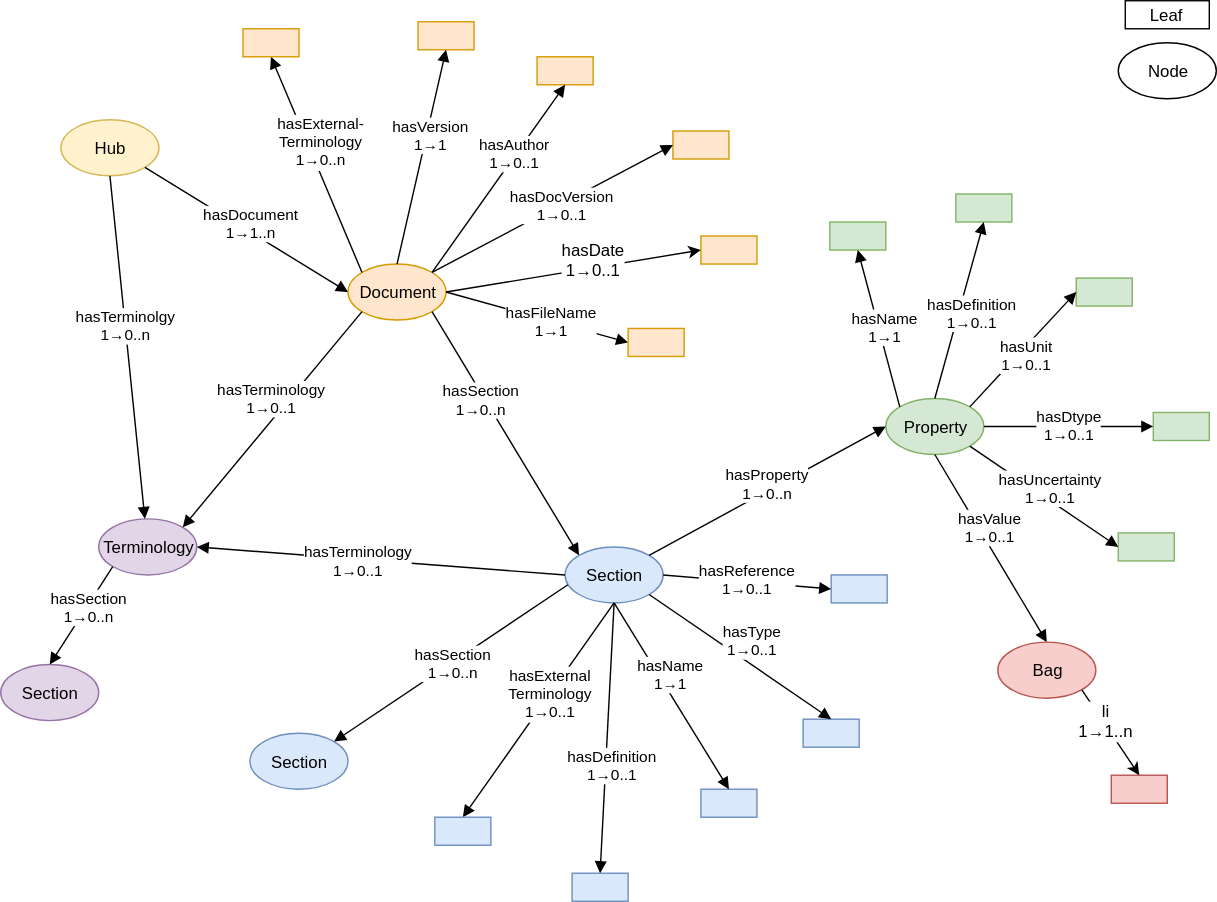
The draw.io diagram odML/flowcharts/odml_RDF_graph.svg in mpsonntag/prodoc, before a commit. Source tidied: cells renumbered, new cells last; positions are measured from the earlier drawing's top-left corner, leaving out a move shared by most shapes.
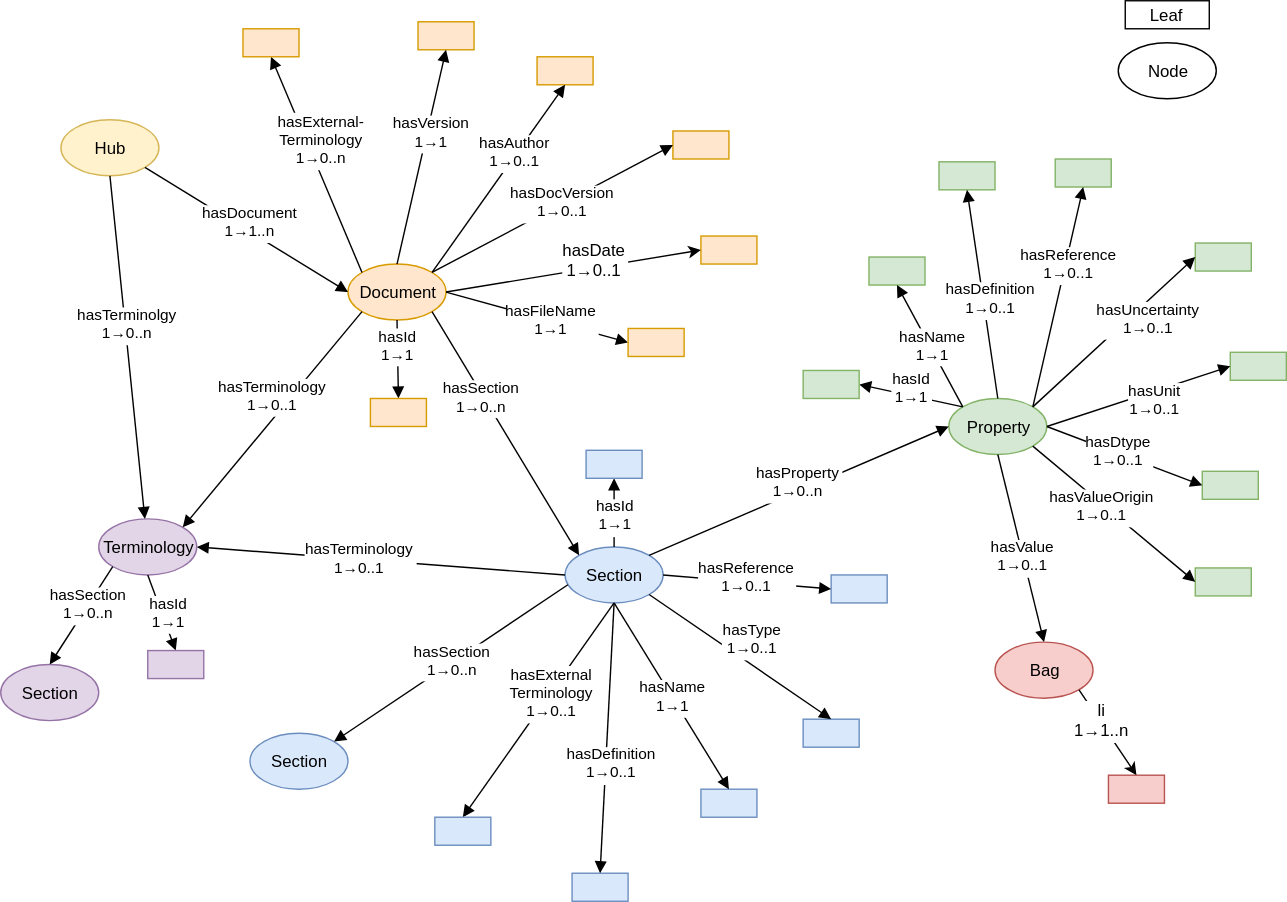
Above is the later version.

Commit message:
[odml:2rdf] update schema

Change to the diagram source:
```diff
@@ -18,16 +18,16 @@
       <mxGeometry x="178" y="523" width="70" height="40" as="geometry" />
     </mxCell>
     <mxCell id="7" value="Property" style="ellipse;whiteSpace=wrap;html=1;fillColor=#d5e8d4;strokeColor=#82b366;" parent="1" vertex="1">
-      <mxGeometry x="632" y="284" width="70" height="40" as="geometry" />
+      <mxGeometry x="677" y="284" width="70" height="40" as="geometry" />
     </mxCell>
     <mxCell id="8" style="html=1;fillColor=#d5e8d4;strokeColor=#82b366;" parent="1" vertex="1">
-      <mxGeometry x="768" y="198" width="40" height="20" as="geometry" />
+      <mxGeometry x="878" y="251" width="40" height="20" as="geometry" />
     </mxCell>
     <mxCell id="9" style="html=1;fillColor=#d5e8d4;strokeColor=#82b366;" parent="1" vertex="1">
-      <mxGeometry x="798" y="380" width="40" height="20" as="geometry" />
+      <mxGeometry x="853" y="173" width="40" height="20" as="geometry" />
     </mxCell>
     <mxCell id="10" style="html=1;fillColor=#d5e8d4;strokeColor=#82b366;" parent="1" vertex="1">
-      <mxGeometry x="823" y="294" width="40" height="20" as="geometry" />
+      <mxGeometry x="858" y="336" width="40" height="20" as="geometry" />
     </mxCell>
     <mxCell id="11" style="html=1;fillColor=#dae8fc;strokeColor=#6c8ebf;" parent="1" vertex="1">
       <mxGeometry x="573" y="513" width="40" height="20" as="geometry" />
@@ -48,16 +48,16 @@
       <mxGeometry x="408" y="623" width="40" height="20" as="geometry" />
     </mxCell>
     <mxCell id="17" style="html=1;fillColor=#d5e8d4;strokeColor=#82b366;" parent="1" vertex="1">
-      <mxGeometry x="592" y="158" width="40" height="20" as="geometry" />
+      <mxGeometry x="620" y="183" width="40" height="20" as="geometry" />
     </mxCell>
     <mxCell id="18" style="html=1;fillColor=#d5e8d4;strokeColor=#82b366;" parent="1" vertex="1">
-      <mxGeometry x="682" y="138" width="40" height="20" as="geometry" />
+      <mxGeometry x="670" y="115" width="40" height="20" as="geometry" />
     </mxCell>
-    <mxCell id="19" value="hasDefinition&lt;br&gt;1→0..1" style="html=1;verticalAlign=bottom;endArrow=block;entryX=0.5;entryY=1;exitX=0.5;exitY=0;" parent="1" edge="1" source="7" target="18">
-      <mxGeometry x="-0.22" y="-13" relative="1" as="geometry" />
+    <mxCell id="19" value="hasDefinition&#10;1→0..1" style="verticalAlign=bottom;endArrow=block;entryX=0.5;entryY=1;exitX=0.5;exitY=0;" parent="1" edge="1" source="7" target="18">
+      <mxGeometry x="-0.27" y="-3" relative="1" as="geometry" />
     </mxCell>
-    <mxCell id="20" value="hasName&lt;br&gt;1→1" style="html=1;verticalAlign=bottom;endArrow=block;entryX=0.5;entryY=1;exitX=0;exitY=0;" parent="1" edge="1" source="7" target="17">
-      <mxGeometry x="-0.26" y="-1" relative="1" as="geometry" />
+    <mxCell id="20" value="hasName&#10;1→1" style="verticalAlign=bottom;endArrow=block;entryX=0.5;entryY=1;exitX=0;exitY=0;" parent="1" edge="1" source="7" target="17">
+      <mxGeometry x="-0.3" y="6" relative="1" as="geometry" />
     </mxCell>
     <mxCell id="21" value="Leaf" style="html=1;" parent="1" vertex="1">
       <mxGeometry x="803" width="60" height="20" as="geometry" />
@@ -65,57 +65,57 @@
     <mxCell id="22" value="Node" style="ellipse;whiteSpace=wrap;html=1;" parent="1" vertex="1">
       <mxGeometry x="798" y="30" width="70" height="40" as="geometry" />
     </mxCell>
-    <mxCell id="23" value="hasValue&lt;br&gt;1→0..1" style="html=1;verticalAlign=bottom;endArrow=block;entryX=0.5;entryY=0;exitX=0.5;exitY=1;" parent="1" edge="1" source="7" target="43">
-      <mxGeometry relative="1" as="geometry" />
+    <mxCell id="23" value="hasValue&#10;1→0..1" style="verticalAlign=bottom;endArrow=block;entryX=0.5;entryY=0;exitX=0.5;exitY=1;" parent="1" edge="1" source="7" target="43">
+      <mxGeometry x="0.31" y="-4" relative="1" as="geometry" />
     </mxCell>
-    <mxCell id="24" value="hasUnit&lt;br&gt;1→0..1" style="html=1;verticalAlign=bottom;endArrow=block;entryX=0;entryY=0.5;exitX=1;exitY=0;" parent="1" edge="1" source="7" target="8">
-      <mxGeometry x="-0.21" y="-15" relative="1" as="geometry" />
+    <mxCell id="24" value="hasUnit&#10;1→0..1" style="verticalAlign=bottom;endArrow=block;entryX=0;entryY=0.5;exitX=1;exitY=0.5;" parent="1" edge="1" source="7" target="8">
+      <mxGeometry x="0.08" y="-22" relative="1" as="geometry" />
     </mxCell>
-    <mxCell id="25" value="hasUncertainty&lt;br&gt;1→0..1" style="html=1;verticalAlign=bottom;endArrow=block;exitX=1;exitY=1;entryX=0;entryY=0.5;fillColor=#ffffff;strokeColor=#000000;" parent="1" edge="1" source="7" target="9">
-      <mxGeometry x="0.14" y="-5" relative="1" as="geometry" />
+    <mxCell id="25" value="hasUncertainty&#10;1→0..1" style="verticalAlign=bottom;endArrow=block;exitX=1;exitY=0;entryX=0;entryY=0.5;fillColor=#ffffff;strokeColor=#000000;" parent="1" edge="1" source="7" target="9">
+      <mxGeometry x="0.16" y="-22" relative="1" as="geometry" />
     </mxCell>
-    <mxCell id="26" value="hasDtype&lt;br&gt;1→0..1" style="html=1;verticalAlign=bottom;endArrow=block;exitX=1;exitY=0.5;entryX=0;entryY=0.5;" parent="1" edge="1" source="7" target="10">
+    <mxCell id="26" value="hasDtype&#10;1→0..1" style="verticalAlign=bottom;endArrow=block;exitX=1;exitY=0.5;entryX=0;entryY=0.5;" parent="1" edge="1" source="7" target="10">
       <mxGeometry x="0.01" y="-14" relative="1" as="geometry" />
     </mxCell>
-    <mxCell id="27" value="hasProperty&lt;br&gt;1→0..n" style="html=1;verticalAlign=bottom;endArrow=block;exitX=1;exitY=0;entryX=0;entryY=0.5;" parent="1" edge="1" source="4" target="7">
+    <mxCell id="27" value="hasProperty&#10;1→0..n" style="verticalAlign=bottom;endArrow=block;exitX=1;exitY=0;entryX=0;entryY=0.5;" parent="1" edge="1" source="4" target="7">
       <mxGeometry x="-0.04" y="-9" relative="1" as="geometry" />
     </mxCell>
-    <mxCell id="28" value="hasSection&lt;br&gt;1→0..n" style="html=1;verticalAlign=bottom;endArrow=block;exitX=0.029;exitY=0.675;entryX=1;entryY=0;exitPerimeter=0;" parent="1" edge="1" source="4" target="6">
+    <mxCell id="28" value="hasSection&#10;1→0..n" style="verticalAlign=bottom;endArrow=block;exitX=0.029;exitY=0.675;entryX=1;entryY=0;exitPerimeter=0;" parent="1" edge="1" source="4" target="6">
       <mxGeometry x="0.07" y="13" relative="1" as="geometry" />
     </mxCell>
-    <mxCell id="29" value="hasSection&lt;br&gt;1→0..n" style="html=1;verticalAlign=bottom;endArrow=block;exitX=1;exitY=1;entryX=0;entryY=0;" parent="1" edge="1" source="3" target="4">
+    <mxCell id="29" value="hasSection&#10;1→0..n" style="verticalAlign=bottom;endArrow=block;exitX=1;exitY=1;entryX=0;entryY=0;" parent="1" edge="1" source="3" target="4">
       <mxGeometry x="-0.17" y="-10" relative="1" as="geometry" />
     </mxCell>
-    <mxCell id="30" value="hasDocument&lt;br&gt;1→1..n" style="html=1;verticalAlign=bottom;endArrow=block;exitX=1;exitY=1;entryX=0;entryY=0.5;" parent="1" edge="1" source="2" target="3">
+    <mxCell id="30" value="hasDocument&#10;1→1..n" style="verticalAlign=bottom;endArrow=block;exitX=1;exitY=1;entryX=0;entryY=0.5;" parent="1" edge="1" source="2" target="3">
       <mxGeometry x="0.09" y="-8" relative="1" as="geometry" />
     </mxCell>
-    <mxCell id="31" value="hasTerminolgy&lt;br&gt;1→0..n" style="html=1;verticalAlign=bottom;endArrow=block;exitX=0.5;exitY=1;" parent="1" edge="1" source="2" target="5">
+    <mxCell id="31" value="hasTerminolgy&#10;1→0..n" style="verticalAlign=bottom;endArrow=block;exitX=0.5;exitY=1;" parent="1" edge="1" source="2" target="5">
       <mxGeometry relative="1" as="geometry" />
     </mxCell>
-    <mxCell id="32" value="hasVersion&lt;br&gt;1→1" style="html=1;verticalAlign=bottom;endArrow=block;entryX=0.5;entryY=1;exitX=0.5;exitY=0;" parent="1" edge="1" source="3" target="12">
+    <mxCell id="32" value="hasVersion&#10;1→1" style="verticalAlign=bottom;endArrow=block;entryX=0.5;entryY=1;exitX=0.5;exitY=0;" parent="1" edge="1" source="3" target="12">
       <mxGeometry x="0.02" y="-7" relative="1" as="geometry">
         <mxPoint y="-1" as="offset" />
       </mxGeometry>
     </mxCell>
-    <mxCell id="33" value="hasAuthor&lt;br&gt;1→0..1" style="html=1;verticalAlign=bottom;endArrow=block;entryX=0.5;entryY=1;exitX=1;exitY=0;" parent="1" edge="1" source="3" target="15">
+    <mxCell id="33" value="hasAuthor&#10;1→0..1" style="verticalAlign=bottom;endArrow=block;entryX=0.5;entryY=1;exitX=1;exitY=0;" parent="1" edge="1" source="3" target="15">
       <mxGeometry x="0.11" y="-8" relative="1" as="geometry" />
     </mxCell>
-    <mxCell id="34" value="hasDocVersion&lt;br&gt;1→0..1" style="html=1;verticalAlign=bottom;endArrow=block;entryX=0;entryY=0.5;exitX=1;exitY=0;" parent="1" edge="1" source="3" target="14">
+    <mxCell id="34" value="hasDocVersion&#10;1→0..1" style="verticalAlign=bottom;endArrow=block;entryX=0;entryY=0.5;exitX=1;exitY=0;" parent="1" edge="1" source="3" target="14">
       <mxGeometry x="0.01" y="-14" relative="1" as="geometry" />
     </mxCell>
-    <mxCell id="35" value="hasTerminology&lt;br&gt;1→0..1" style="html=1;verticalAlign=bottom;endArrow=block;entryX=1;entryY=0;exitX=0;exitY=1;" parent="1" edge="1" source="3" target="5">
+    <mxCell id="35" value="hasTerminology&#10;1→0..1" style="verticalAlign=bottom;endArrow=block;entryX=1;entryY=0;exitX=0;exitY=1;" parent="1" edge="1" source="3" target="5">
       <mxGeometry relative="1" as="geometry" />
     </mxCell>
-    <mxCell id="36" value="hasDefinition&lt;br&gt;1→0..1" style="html=1;verticalAlign=bottom;endArrow=block;entryX=0.5;entryY=0;exitX=0.5;exitY=1;" parent="1" edge="1" source="4" target="16">
+    <mxCell id="36" value="hasDefinition&#10;1→0..1" style="verticalAlign=bottom;endArrow=block;entryX=0.5;entryY=0;exitX=0.5;exitY=1;" parent="1" edge="1" source="4" target="16">
       <mxGeometry x="0.36" y="5" relative="1" as="geometry" />
     </mxCell>
-    <mxCell id="37" value="hasType&lt;br&gt;1→0..1" style="html=1;verticalAlign=bottom;endArrow=block;exitX=1;exitY=1;entryX=0.5;entryY=0;" parent="1" edge="1" source="4" target="11">
+    <mxCell id="37" value="hasType&#10;1→0..1" style="verticalAlign=bottom;endArrow=block;exitX=1;exitY=1;entryX=0.5;entryY=0;" parent="1" edge="1" source="4" target="11">
       <mxGeometry x="0.12" y="2" relative="1" as="geometry" />
     </mxCell>
-    <mxCell id="38" value="hasReference&lt;br&gt;1→0..1" style="html=1;verticalAlign=bottom;endArrow=block;exitX=1;exitY=0.5;entryX=0;entryY=0.5;" parent="1" edge="1" source="4" target="13">
+    <mxCell id="38" value="hasReference&#10;1→0..1" style="verticalAlign=bottom;endArrow=block;exitX=1;exitY=0.5;entryX=0;entryY=0.5;" parent="1" edge="1" source="4" target="13">
       <mxGeometry x="0.02" y="-13" relative="1" as="geometry" />
     </mxCell>
-    <mxCell id="39" value="hasTerminology&lt;br&gt;1→0..1" style="html=1;verticalAlign=bottom;endArrow=block;entryX=1;entryY=0.5;exitX=0;exitY=0.5;" parent="1" edge="1" source="4" target="5">
+    <mxCell id="39" value="hasTerminology&#10;1→0..1" style="verticalAlign=bottom;endArrow=block;entryX=1;entryY=0.5;exitX=0;exitY=0.5;" parent="1" edge="1" source="4" target="5">
       <mxGeometry x="0.11" y="16" relative="1" as="geometry" />
     </mxCell>
     <mxCell id="40" style="html=1;fillColor=#ffe6cc;strokeColor=#d79b00;" parent="1" vertex="1">
@@ -124,21 +124,21 @@
     <mxCell id="41" style="endArrow=classic;html=1;exitX=1;exitY=0.5;entryX=0;entryY=0.5;" parent="1" edge="1" source="3" target="40">
       <mxGeometry relative="1" as="geometry" />
     </mxCell>
-    <mxCell id="42" value="hasDate&lt;br&gt;1→0..1" style="text;html=1;align=center;verticalAlign=middle;labelBackgroundColor=#ffffff;" parent="41" vertex="1">
+    <mxCell id="42" value="hasDate&#10;1→0..1" style="text;align=center;verticalAlign=middle;labelBackgroundColor=#ffffff;" parent="41" vertex="1">
       <mxGeometry x="0.44" y="-1" relative="1" as="geometry">
         <mxPoint x="-26" y="-2" as="offset" />
       </mxGeometry>
     </mxCell>
     <mxCell id="43" value="Bag" style="ellipse;whiteSpace=wrap;html=1;fillColor=#f8cecc;strokeColor=#b85450;" parent="1" vertex="1">
-      <mxGeometry x="712" y="458" width="70" height="40" as="geometry" />
+      <mxGeometry x="710" y="458" width="70" height="40" as="geometry" />
     </mxCell>
     <mxCell id="44" style="html=1;fillColor=#f8cecc;strokeColor=#b85450;" parent="1" vertex="1">
-      <mxGeometry x="793" y="553" width="40" height="20" as="geometry" />
+      <mxGeometry x="791" y="553" width="40" height="20" as="geometry" />
     </mxCell>
     <mxCell id="45" style="endArrow=classic;html=1;exitX=1;exitY=1;entryX=0.5;entryY=0;" parent="1" edge="1" source="43" target="44">
       <mxGeometry relative="1" as="geometry" />
     </mxCell>
-    <mxCell id="46" value="li&lt;br&gt;1→1..n" style="text;html=1;align=center;verticalAlign=middle;labelBackgroundColor=#ffffff;" parent="45" vertex="1">
+    <mxCell id="46" value="li&#10;1→1..n" style="text;align=center;verticalAlign=middle;labelBackgroundColor=#ffffff;" parent="45" vertex="1">
       <mxGeometry x="0.34" y="3" relative="1" as="geometry">
         <mxPoint x="-14" y="-17" as="offset" />
       </mxGeometry>
@@ -146,32 +146,70 @@
     <mxCell id="47" style="html=1;fillColor=#dae8fc;strokeColor=#6c8ebf;" parent="1" vertex="1">
       <mxGeometry x="500" y="563" width="40" height="20" as="geometry" />
     </mxCell>
-    <mxCell id="48" value="hasName&lt;br&gt;1→1" style="html=1;verticalAlign=bottom;endArrow=block;exitX=0.5;exitY=1;entryX=0.5;entryY=0;" parent="1" edge="1" source="4" target="47">
-      <mxGeometry relative="1" as="geometry" />
+    <mxCell id="48" value="hasName&#10;1→1" style="verticalAlign=bottom;endArrow=block;exitX=0.5;exitY=1;entryX=0.5;entryY=0;" parent="1" edge="1" source="4" target="47">
+      <mxGeometry x="0.19" y="-8" relative="1" as="geometry" />
     </mxCell>
     <mxCell id="49" value="Section" style="ellipse;whiteSpace=wrap;html=1;fillColor=#e1d5e7;strokeColor=#9673a6;" parent="1" vertex="1">
       <mxGeometry y="474" width="70" height="40" as="geometry" />
     </mxCell>
-    <mxCell id="50" value="hasSection&lt;br&gt;1→0..n" style="html=1;verticalAlign=bottom;endArrow=block;exitX=0;exitY=1;entryX=0.5;entryY=0;" parent="1" edge="1" source="5" target="49">
+    <mxCell id="50" value="hasSection&#10;1→0..n" style="verticalAlign=bottom;endArrow=block;exitX=0;exitY=1;entryX=0.5;entryY=0;" parent="1" edge="1" source="5" target="49">
       <mxGeometry x="0.11" y="9" relative="1" as="geometry" />
     </mxCell>
-    <mxCell id="51" value="hasExternal-&lt;br&gt;Terminology&lt;br&gt;1→0..n" style="html=1;verticalAlign=bottom;endArrow=block;exitX=0;exitY=0;entryX=0.5;entryY=1;" parent="1" edge="1" source="3" target="52">
+    <mxCell id="51" value="hasExternal-&#10;Terminology&#10;1→0..n" style="verticalAlign=bottom;endArrow=block;exitX=0;exitY=0;entryX=0.5;entryY=1;" parent="1" edge="1" source="3" target="52">
       <mxGeometry x="-0.08" y="-1" relative="1" as="geometry" />
     </mxCell>
     <mxCell id="52" style="html=1;fillColor=#ffe6cc;strokeColor=#d79b00;" parent="1" vertex="1">
       <mxGeometry x="173" y="20" width="40" height="20" as="geometry" />
     </mxCell>
-    <mxCell id="53" value="hasExternal&lt;br&gt;Terminology&lt;br&gt;1→0..1" style="html=1;verticalAlign=bottom;endArrow=block;exitX=0.5;exitY=1;entryX=0.5;entryY=0;" parent="1" edge="1" source="4" target="54">
+    <mxCell id="53" value="hasExternal&#10;Terminology&#10;1→0..1" style="verticalAlign=bottom;endArrow=block;exitX=0.5;exitY=1;entryX=0.5;entryY=0;" parent="1" edge="1" source="4" target="54">
       <mxGeometry x="0.04" y="14" relative="1" as="geometry" />
     </mxCell>
     <mxCell id="54" style="html=1;fillColor=#dae8fc;strokeColor=#6c8ebf;" parent="1" vertex="1">
       <mxGeometry x="310" y="583" width="40" height="20" as="geometry" />
     </mxCell>
-    <mxCell id="55" value="hasFileName&lt;br&gt;1→1" style="html=1;verticalAlign=bottom;endArrow=block;exitX=1;exitY=0.5;entryX=0;entryY=0.5;" parent="1" edge="1" source="3" target="56">
+    <mxCell id="55" value="hasFileName&#10;1→1" style="verticalAlign=bottom;endArrow=block;exitX=1;exitY=0.5;entryX=0;entryY=0.5;" parent="1" edge="1" source="3" target="56">
       <mxGeometry x="0.21" y="-15" relative="1" as="geometry" />
     </mxCell>
     <mxCell id="56" style="html=1;fillColor=#ffe6cc;strokeColor=#d79b00;" parent="1" vertex="1">
       <mxGeometry x="448" y="234" width="40" height="20" as="geometry" />
     </mxCell>
+    <mxCell id="57" style="html=1;fillColor=#d5e8d4;strokeColor=#82b366;" parent="1" vertex="1">
+      <mxGeometry x="753" y="113" width="40" height="20" as="geometry" />
+    </mxCell>
+    <mxCell id="58" value="hasReference&#10;1→0..1" style="verticalAlign=bottom;endArrow=block;entryX=0.5;entryY=1;exitX=1;exitY=0;" parent="1" edge="1" source="7" target="57">
+      <mxGeometry x="0.11" y="-6" relative="1" as="geometry" />
+    </mxCell>
+    <mxCell id="59" style="html=1;fillColor=#d5e8d4;strokeColor=#82b366;" parent="1" vertex="1">
+      <mxGeometry x="853" y="405" width="40" height="20" as="geometry" />
+    </mxCell>
+    <mxCell id="60" value="hasValueOrigin&#10;1→0..1" style="verticalAlign=bottom;endArrow=block;exitX=1;exitY=1;entryX=0;entryY=0.5;" parent="1" edge="1" source="7" target="59">
+      <mxGeometry x="0.01" y="-14" relative="1" as="geometry" />
+    </mxCell>
+    <mxCell id="61" value="hasId&#10;1→1" style="verticalAlign=bottom;endArrow=block;exitX=0.5;exitY=1;entryX=0.5;entryY=0;" parent="1" edge="1" source="3" target="62">
+      <mxGeometry x="0.25" relative="1" as="geometry" />
+    </mxCell>
+    <mxCell id="62" style="html=1;fillColor=#ffe6cc;strokeColor=#d79b00;" parent="1" vertex="1">
+      <mxGeometry x="264" y="284" width="40" height="20" as="geometry" />
+    </mxCell>
+    <mxCell id="63" value="hasId&#10;1→1" style="verticalAlign=bottom;endArrow=block;exitX=0.5;exitY=0;entryX=0.5;entryY=1;" parent="1" edge="1" source="4" target="64">
+      <mxGeometry x="-0.77" y="-1" relative="1" as="geometry" />
+    </mxCell>
+    <mxCell id="64" style="html=1;fillColor=#dae8fc;strokeColor=#6c8ebf;" parent="1" vertex="1">
+      <mxGeometry x="418" y="321" width="40" height="20" as="geometry" />
+    </mxCell>
+    <mxCell id="65" value="hasId&#10;1→1" style="verticalAlign=bottom;endArrow=block;exitX=0;exitY=0;entryX=1;entryY=0.5;" parent="1" edge="1" source="7" target="66">
+      <mxGeometry x="-0.06" y="11" relative="1" as="geometry">
+        <mxPoint x="1" as="offset" />
+      </mxGeometry>
+    </mxCell>
+    <mxCell id="66" style="html=1;fillColor=#d5e8d4;strokeColor=#82b366;" parent="1" vertex="1">
+      <mxGeometry x="573" y="264" width="40" height="20" as="geometry" />
+    </mxCell>
+    <mxCell id="67" value="hasId&#10;1→1" style="verticalAlign=bottom;endArrow=block;exitX=0.5;exitY=1;entryX=0.5;entryY=0;" parent="1" edge="1" source="5" target="68">
+      <mxGeometry x="0.58" y="-1" relative="1" as="geometry" />
+    </mxCell>
+    <mxCell id="68" style="html=1;fillColor=#e1d5e7;strokeColor=#9673a6;" parent="1" vertex="1">
+      <mxGeometry x="105" y="464" width="40" height="20" as="geometry" />
+    </mxCell>
   </root>
 </mxGraphModel>
```
